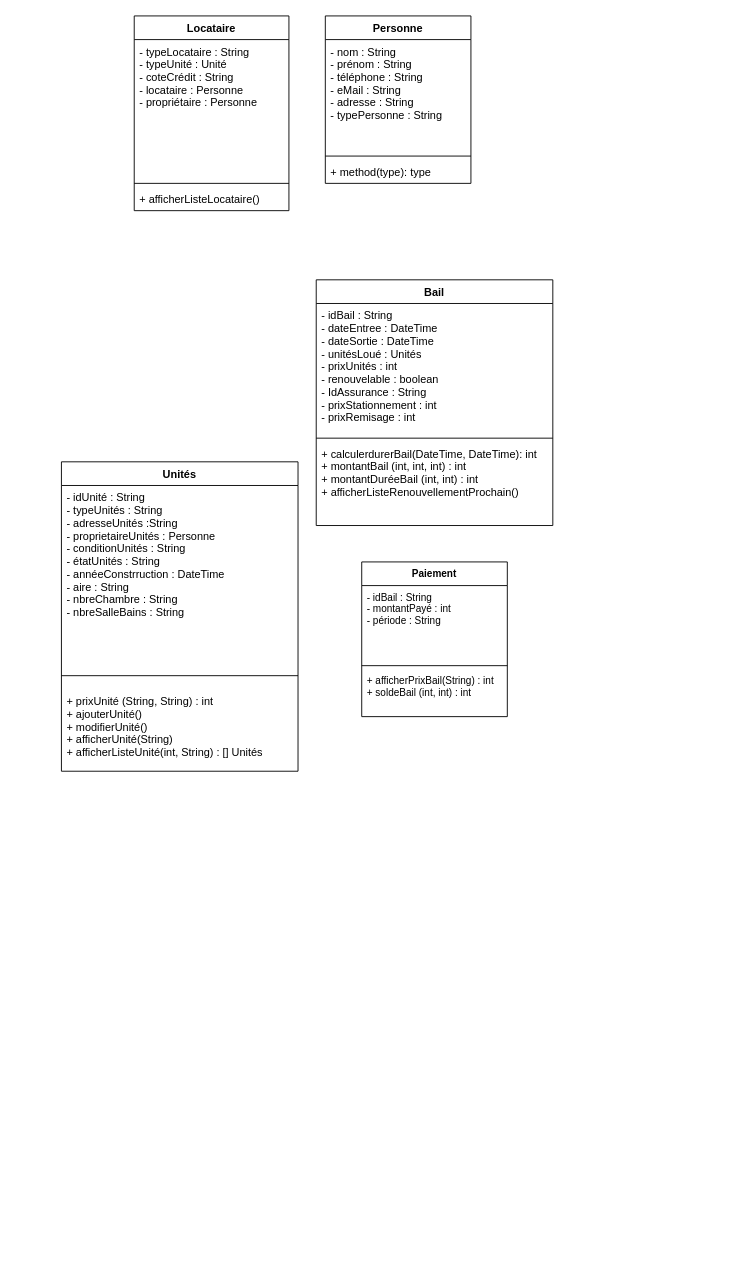
The draw.io diagram page "Copie de diagramme_domaine" (3 of 3) of drawIOFiles/diagramme_CU (2).drawio in degbessou/gest-immo, before the edit. Source tidied: cells renumbered, new cells numbered last; positions are measured from the earlier drawing's top-left corner, leaving out a move shared by most shapes. Both pictures are drawn from the tidied source at 91%, with x=0, y=0 at pixel (61, 15).
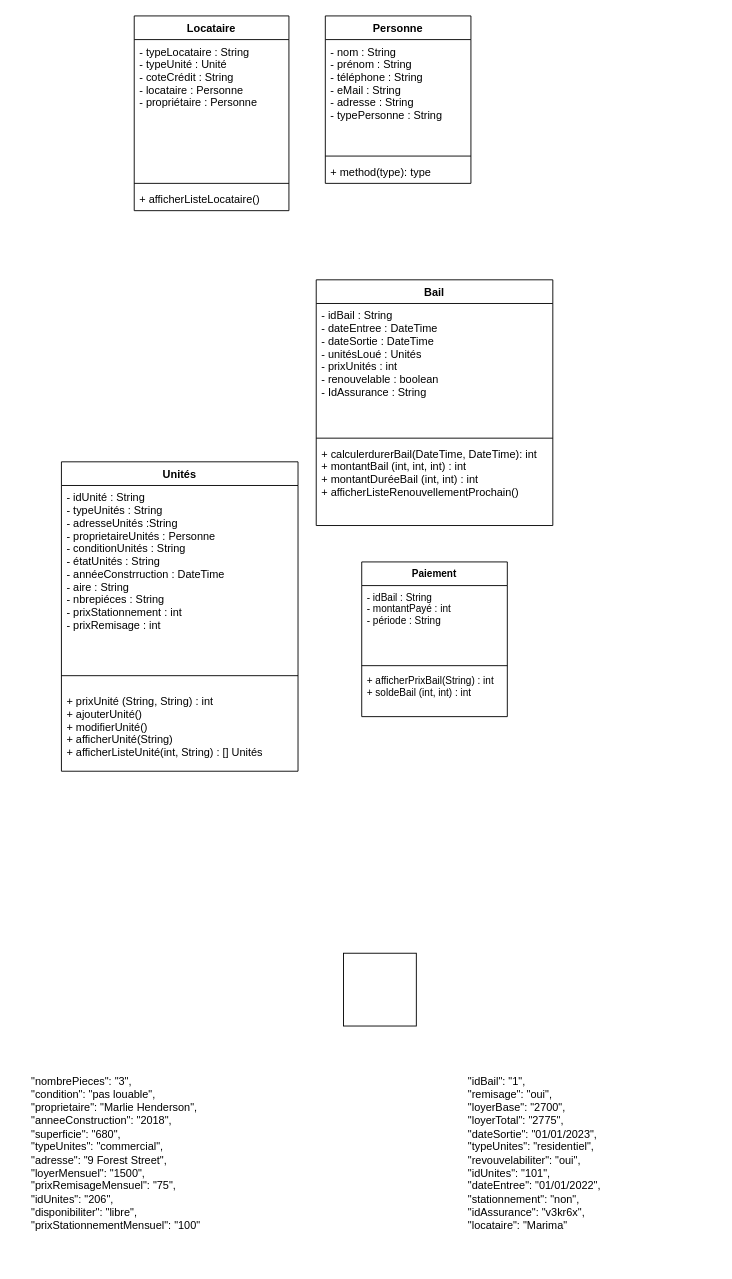
After the change.

Unchanged cells that the change refers to:
```xml
<mxCell id="10" value="Unités" style="swimlane;fontStyle=1;align=center;verticalAlign=top;horizontal=1;startSize=26;" parent="1" vertex="1">
  <mxGeometry y="490" width="260" height="340" as="geometry" />
</mxCell>
<mxCell id="14" value="Bail" style="swimlane;fontStyle=1;align=center;verticalAlign=top;horizontal=1;startSize=26;" parent="1" vertex="1">
  <mxGeometry x="280" y="290" width="260" height="270" as="geometry" />
</mxCell>
```

Change to the diagram source:
```diff
@@
-    <mxCell id="11" value="- idUnité : String&#10;- typeUnités : String&#10;- adresseUnités :String&#10;- proprietaireUnités : Personne&#10;- conditionUnités : String&#10;- étatUnités : String&#10;- annéeConstrruction : DateTime&#10;- aire : String&#10;- nbreChambre : String&#10;- nbreSalleBains : String&#10;&#10;&#10;&#10;&#10;&#10;" style="text;strokeColor=none;fillColor=none;align=left;verticalAlign=top;spacingLeft=4;spacingRight=4;overflow=hidden;" parent="10" vertex="1">
+    <mxCell id="11" value="- idUnité : String&#10;- typeUnités : String&#10;- adresseUnités :String&#10;- proprietaireUnités : Personne&#10;- conditionUnités : String&#10;- étatUnités : String&#10;- annéeConstrruction : DateTime&#10;- aire : String&#10;- nbrepiéces : String&#10;- prixStationnement : int&#10;- prixRemisage : int&#10;&#10;&#10;&#10;&#10;&#10;" style="text;strokeColor=none;fillColor=none;align=left;verticalAlign=top;spacingLeft=4;spacingRight=4;overflow=hidden;" parent="10" vertex="1">
       <mxGeometry y="26" width="260" height="194" as="geometry" />
     </mxCell>
@@
-    <mxCell id="15" value="- idBail : String&#10;- dateEntree : DateTime&#10;- dateSortie : DateTime&#10;- unitésLoué : Unités&#10;- prixUnités : int&#10;- renouvelable : boolean&#10;- IdAssurance : String&#10;- prixStationnement : int&#10;- prixRemisage : int&#10;&#10;&#10;" style="text;strokeColor=none;fillColor=none;align=left;verticalAlign=top;spacingLeft=4;spacingRight=4;overflow=hidden;" parent="14" vertex="1">
+    <mxCell id="15" value="- idBail : String&#10;- dateEntree : DateTime&#10;- dateSortie : DateTime&#10;- unitésLoué : Unités&#10;- prixUnités : int&#10;- renouvelable : boolean&#10;- IdAssurance : String&#10;&#10;&#10;" style="text;strokeColor=none;fillColor=none;align=left;verticalAlign=top;spacingLeft=4;spacingRight=4;overflow=hidden;" parent="14" vertex="1">
       <mxGeometry y="26" width="260" height="144" as="geometry" />
     </mxCell>
@@
+    <mxCell id="22" style="whiteSpace=wrap;html=1;" parent="1" vertex="1">
+      <mxGeometry x="310" y="1030" width="80" height="80" as="geometry" />
+    </mxCell>
+    <mxCell id="23" value="&lt;div style=&quot;text-align: left;&quot;&gt;&lt;span style=&quot;&quot;&gt;&#9;&#9;&lt;/span&gt;&quot;nombrePieces&quot;: &quot;3&quot;,&lt;/div&gt;&lt;div style=&quot;text-align: left;&quot;&gt;&lt;span style=&quot;&quot;&gt;&#9;&#9;&lt;/span&gt;&quot;condition&quot;: &quot;pas louable&quot;,&lt;/div&gt;&lt;div style=&quot;text-align: left;&quot;&gt;&lt;span style=&quot;&quot;&gt;&#9;&#9;&lt;/span&gt;&quot;proprietaire&quot;: &quot;Marlie Henderson&quot;,&lt;/div&gt;&lt;div style=&quot;text-align: left;&quot;&gt;&lt;span style=&quot;&quot;&gt;&#9;&#9;&lt;/span&gt;&quot;anneeConstruction&quot;: &quot;2018&quot;,&lt;/div&gt;&lt;div style=&quot;text-align: left;&quot;&gt;&lt;span style=&quot;&quot;&gt;&#9;&#9;&lt;/span&gt;&quot;superficie&quot;: &quot;680&quot;,&lt;/div&gt;&lt;div style=&quot;text-align: left;&quot;&gt;&lt;span style=&quot;&quot;&gt;&#9;&#9;&lt;/span&gt;&quot;typeUnites&quot;: &quot;commercial&quot;,&lt;/div&gt;&lt;div style=&quot;text-align: left;&quot;&gt;&lt;span style=&quot;&quot;&gt;&#9;&#9;&lt;/span&gt;&quot;adresse&quot;: &quot;9 Forest Street&quot;,&lt;/div&gt;&lt;div style=&quot;text-align: left;&quot;&gt;&lt;span style=&quot;&quot;&gt;&#9;&#9;&lt;/span&gt;&quot;loyerMensuel&quot;: &quot;1500&quot;,&lt;/div&gt;&lt;div style=&quot;text-align: left;&quot;&gt;&lt;span style=&quot;&quot;&gt;&#9;&#9;&lt;/span&gt;&quot;prixRemisageMensuel&quot;: &quot;75&quot;,&lt;/div&gt;&lt;div style=&quot;text-align: left;&quot;&gt;&lt;span style=&quot;&quot;&gt;&#9;&#9;&lt;/span&gt;&quot;idUnites&quot;: &quot;206&quot;,&lt;/div&gt;&lt;div style=&quot;text-align: left;&quot;&gt;&lt;span style=&quot;&quot;&gt;&#9;&#9;&lt;/span&gt;&quot;disponibiliter&quot;: &quot;libre&quot;,&lt;/div&gt;&lt;div style=&quot;text-align: left;&quot;&gt;&lt;span style=&quot;&quot;&gt;&#9;&#9;&lt;/span&gt;&quot;prixStationnementMensuel&quot;: &quot;100&quot;&lt;/div&gt;" style="text;html=1;strokeColor=none;fillColor=none;align=center;verticalAlign=middle;whiteSpace=wrap;rounded=0;" parent="1" vertex="1">
+      <mxGeometry x="-50" y="1130" width="220" height="240" as="geometry" />
+    </mxCell>
+    <mxCell id="24" value="&lt;div style=&quot;text-align: left;&quot;&gt;&lt;span style=&quot;&quot;&gt;&#9;&#9;&lt;/span&gt;&quot;idBail&quot;: &quot;1&quot;,&lt;/div&gt;&lt;div style=&quot;text-align: left;&quot;&gt;&lt;span style=&quot;&quot;&gt;&#9;&#9;&lt;/span&gt;&quot;remisage&quot;: &quot;oui&quot;,&lt;/div&gt;&lt;div style=&quot;text-align: left;&quot;&gt;&lt;span style=&quot;&quot;&gt;&#9;&#9;&lt;/span&gt;&quot;loyerBase&quot;: &quot;2700&quot;,&lt;/div&gt;&lt;div style=&quot;text-align: left;&quot;&gt;&lt;span style=&quot;&quot;&gt;&#9;&#9;&lt;/span&gt;&quot;loyerTotal&quot;: &quot;2775&quot;,&lt;/div&gt;&lt;div style=&quot;text-align: left;&quot;&gt;&lt;span style=&quot;&quot;&gt;&#9;&#9;&lt;/span&gt;&quot;dateSortie&quot;: &quot;01/01/2023&quot;,&lt;/div&gt;&lt;div style=&quot;text-align: left;&quot;&gt;&lt;span style=&quot;&quot;&gt;&#9;&#9;&lt;/span&gt;&quot;typeUnites&quot;: &quot;residentiel&quot;,&lt;/div&gt;&lt;div style=&quot;text-align: left;&quot;&gt;&lt;span style=&quot;&quot;&gt;&#9;&#9;&lt;/span&gt;&quot;revouvelabiliter&quot;: &quot;oui&quot;,&lt;/div&gt;&lt;div style=&quot;text-align: left;&quot;&gt;&lt;span style=&quot;&quot;&gt;&#9;&#9;&lt;/span&gt;&quot;idUnites&quot;: &quot;101&quot;,&lt;/div&gt;&lt;div style=&quot;text-align: left;&quot;&gt;&lt;span style=&quot;&quot;&gt;&#9;&#9;&lt;/span&gt;&quot;dateEntree&quot;: &quot;01/01/2022&quot;,&lt;/div&gt;&lt;div style=&quot;text-align: left;&quot;&gt;&lt;span style=&quot;&quot;&gt;&#9;&#9;&lt;/span&gt;&quot;stationnement&quot;: &quot;non&quot;,&lt;/div&gt;&lt;div style=&quot;text-align: left;&quot;&gt;&lt;span style=&quot;&quot;&gt;&#9;&#9;&lt;/span&gt;&quot;idAssurance&quot;: &quot;v3kr6x&quot;,&lt;/div&gt;&lt;div style=&quot;text-align: left;&quot;&gt;&lt;span style=&quot;&quot;&gt;&#9;&#9;&lt;/span&gt;&quot;locataire&quot;: &quot;Marima&quot;&lt;/div&gt;" style="text;html=1;strokeColor=none;fillColor=none;align=center;verticalAlign=middle;whiteSpace=wrap;rounded=0;" parent="1" vertex="1">
+      <mxGeometry x="320" y="1140" width="400" height="220" as="geometry" />
+    </mxCell>
```
